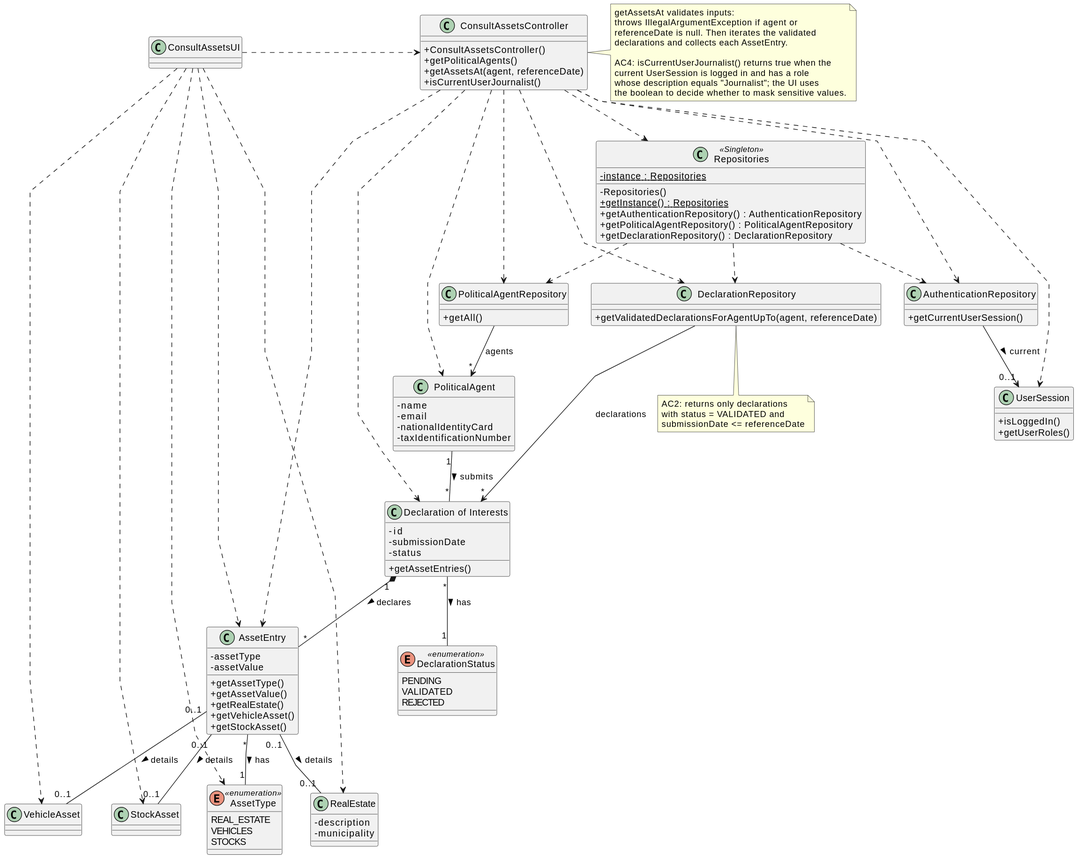
brunodspinto/crystal-clear-platform keeps this PlantUML diagram as docs/system-documentation/US11/03.design/svg/US11-CD.svg. Above is the earlier version.
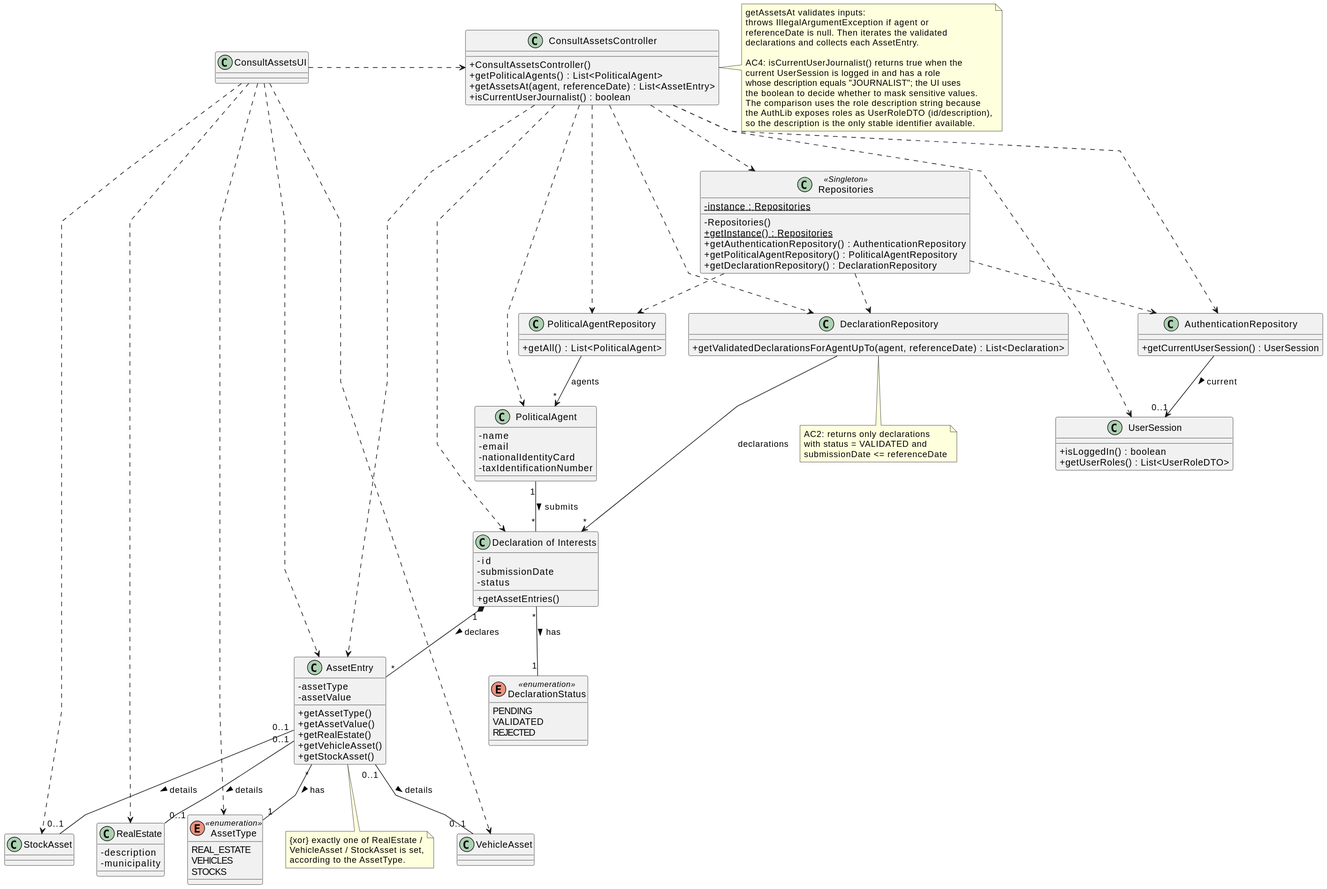
The same diagram one commit later.

The edit, as a diff of the source:
```diff
@@ -9,9 +9,9 @@
 
 class ConsultAssetsController {
     + ConsultAssetsController()
-    + getPoliticalAgents()
-    + getAssetsAt(agent, referenceDate)
-    + isCurrentUserJournalist()
+    + getPoliticalAgents() : List<PoliticalAgent>
+    + getAssetsAt(agent, referenceDate) : List<AssetEntry>
+    + isCurrentUserJournalist() : boolean
 }
 
 class Repositories <<Singleton>> {
@@ -24,20 +24,20 @@
 }
 
 class AuthenticationRepository {
-    + getCurrentUserSession()
+    + getCurrentUserSession() : UserSession
 }
 
 class UserSession {
-    + isLoggedIn()
-    + getUserRoles()
+    + isLoggedIn() : boolean
+    + getUserRoles() : List<UserRoleDTO>
 }
 
 class PoliticalAgentRepository {
-    + getAll()
+    + getAll() : List<PoliticalAgent>
 }
 
 class DeclarationRepository {
-    + getValidatedDeclarationsForAgentUpTo(agent, referenceDate)
+    + getValidatedDeclarationsForAgentUpTo(agent, referenceDate) : List<Declaration>
 }
 
 class PoliticalAgent {
@@ -118,6 +118,12 @@
 AssetEntry "0..1" -- "0..1" VehicleAsset : details >
 AssetEntry "0..1" -- "0..1" StockAsset : details >
 
+note bottom of AssetEntry
+    {xor} exactly one of RealEstate /
+    VehicleAsset / StockAsset is set,
+    according to the AssetType.
+end note
+
 note right of ConsultAssetsController
     getAssetsAt validates inputs:
     throws IllegalArgumentException if agent or
@@ -126,8 +132,11 @@
 
     AC4: isCurrentUserJournalist() returns true when the
     current UserSession is logged in and has a role
-    whose description equals "Journalist"; the UI uses
+    whose description equals "JOURNALIST"; the UI uses
     the boolean to decide whether to mask sensitive values.
+    The comparison uses the role description string because
+    the AuthLib exposes roles as UserRoleDTO (id/description),
+    so the description is the only stable identifier available.
 end note
 
 note bottom of DeclarationRepository
```
